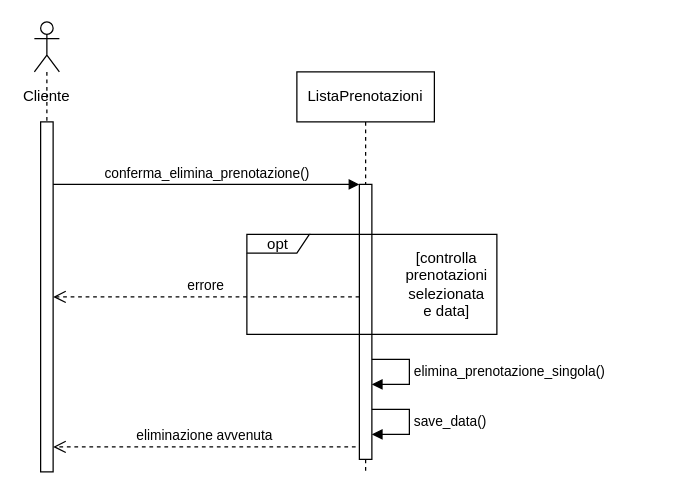
The draw.io diagram Diagrammi_delle_sequenze/modificabili/diagramma_elimina_prenotazione.drawio in fd-col/ProgettoIngegneriaDelSoftware, before the edit. Source tidied: cells renumbered, new cells numbered last; positions are measured from the earlier drawing's top-left corner, leaving out a move shared by most shapes. Both pictures are drawn from the tidied source at 125%, with x=0, y=0 at pixel (21, 21).
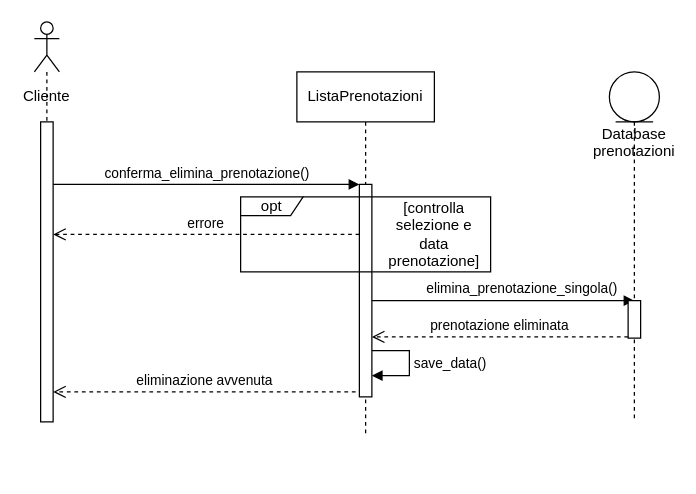
Above is the later version.

What changed in the source:
```diff
@@
     <mxCell id="3" style="html=1;perimeter=orthogonalPerimeter;" parent="1" vertex="1">
-      <mxGeometry x="15" y="80" width="10" height="280" as="geometry" />
+      <mxGeometry x="15" y="80" width="10" height="240" as="geometry" />
     </mxCell>
@@
     <mxCell id="5" value="&lt;div&gt;ListaPrenotazioni&lt;/div&gt;" style="shape=umlLifeline;perimeter=lifelinePerimeter;whiteSpace=wrap;html=1;" parent="1" vertex="1">
-      <mxGeometry x="220" y="40" width="110" height="320" as="geometry" />
+      <mxGeometry x="220" y="40" width="110" height="290" as="geometry" />
     </mxCell>
     <mxCell id="6" style="html=1;points=[];perimeter=orthogonalPerimeter;" parent="5" vertex="1">
-      <mxGeometry x="50" y="90" width="10" height="220" as="geometry" />
+      <mxGeometry x="50" y="90" width="10" height="170" as="geometry" />
     </mxCell>
@@
     <mxCell id="8" value="&lt;div&gt;elimina_prenotazione_singola()&lt;/div&gt;" style="edgeStyle=orthogonalEdgeStyle;html=1;align=left;spacingLeft=2;endArrow=block;rounded=0;" parent="1" edge="1">
-      <mxGeometry relative="1" as="geometry">
-        <mxPoint x="280" y="270" as="sourcePoint" />
-        <mxPoint x="280" y="290" as="targetPoint" />
-        <Array as="points">
-          <mxPoint x="310" y="270" />
-          <mxPoint x="310" y="290" />
-        </Array>
+      <mxGeometry x="-0.62" y="10" relative="1" as="geometry">
+        <mxPoint x="280" y="223" as="sourcePoint" />
+        <mxPoint x="490" y="223" as="targetPoint" />
       </mxGeometry>
     </mxCell>
     <mxCell id="9" value="errore" style="html=1;verticalAlign=bottom;endArrow=open;dashed=1;endSize=8;" parent="1" edge="1">
       <mxGeometry relative="1" as="geometry">
-        <mxPoint x="270" y="220" as="sourcePoint" />
-        <mxPoint x="25" y="220" as="targetPoint" />
+        <mxPoint x="270" y="170" as="sourcePoint" />
+        <mxPoint x="25" y="170" as="targetPoint" />
         <Array as="points">
-          <mxPoint x="235" y="220" />
-          <mxPoint x="185" y="220" />
+          <mxPoint x="235" y="170" />
+          <mxPoint x="185" y="170" />
         </Array>
       </mxGeometry>
     </mxCell>
     <mxCell id="10" value="opt" style="shape=umlFrame;whiteSpace=wrap;html=1;width=50;height=15;" parent="1" vertex="1">
-      <mxGeometry x="180" y="170" width="200" height="80" as="geometry" />
+      <mxGeometry x="175" y="140" width="200" height="60" as="geometry" />
     </mxCell>
-    <mxCell id="11" value="&lt;div&gt;[controlla prenotazioni selezionata e data]&lt;/div&gt;" style="text;html=1;strokeColor=none;fillColor=none;align=center;verticalAlign=middle;whiteSpace=wrap;rounded=0;" parent="1" vertex="1">
-      <mxGeometry x="320" y="200" width="40" height="20" as="geometry" />
+    <mxCell id="11" value="&lt;div&gt;[controlla selezione e data prenotazione]&lt;/div&gt;" style="text;html=1;strokeColor=none;fillColor=none;align=center;verticalAlign=middle;whiteSpace=wrap;rounded=0;" parent="1" vertex="1">
+      <mxGeometry x="310" y="160" width="40" height="20" as="geometry" />
     </mxCell>
     <mxCell id="12" value="&lt;div&gt;save_data()&lt;/div&gt;" style="edgeStyle=orthogonalEdgeStyle;html=1;align=left;spacingLeft=2;endArrow=block;rounded=0;" parent="1" edge="1">
       <mxGeometry relative="1" as="geometry">
-        <mxPoint x="280" y="310" as="sourcePoint" />
-        <mxPoint x="280" y="330" as="targetPoint" />
+        <mxPoint x="280" y="263" as="sourcePoint" />
+        <mxPoint x="280" y="283" as="targetPoint" />
         <Array as="points">
-          <mxPoint x="310" y="310" />
-          <mxPoint x="310" y="330" />
+          <mxPoint x="310" y="263" />
+          <mxPoint x="310" y="283" />
         </Array>
       </mxGeometry>
     </mxCell>
     <mxCell id="13" value="eliminazione avvenuta" style="html=1;verticalAlign=bottom;endArrow=open;dashed=1;endSize=8;" parent="1" edge="1">
       <mxGeometry relative="1" as="geometry">
-        <mxPoint x="267" y="340" as="sourcePoint" />
-        <mxPoint x="25" y="340" as="targetPoint" />
+        <mxPoint x="267" y="296" as="sourcePoint" />
+        <mxPoint x="25" y="296" as="targetPoint" />
         <Array as="points">
-          <mxPoint x="220" y="340" />
+          <mxPoint x="220" y="296" />
         </Array>
       </mxGeometry>
     </mxCell>
+    <mxCell id="14" value="Database&lt;br&gt;prenotazioni" style="shape=umlLifeline;participant=umlEntity;perimeter=lifelinePerimeter;whiteSpace=wrap;html=1;verticalAlign=top;spacingTop=36;" parent="1" vertex="1">
+      <mxGeometry x="470" y="40" width="40" height="280" as="geometry" />
+    </mxCell>
+    <mxCell id="15" style="html=1;perimeter=orthogonalPerimeter;" parent="1" vertex="1">
+      <mxGeometry x="485" y="223" width="10" height="30" as="geometry" />
+    </mxCell>
+    <mxCell id="16" value="prenotazione eliminata" style="html=1;verticalAlign=bottom;endArrow=open;dashed=1;endSize=8;entryX=1;entryY=0.768;entryDx=0;entryDy=0;entryPerimeter=0;" parent="1" edge="1">
+      <mxGeometry relative="1" as="geometry">
+        <mxPoint x="485" y="252" as="sourcePoint" />
+        <mxPoint x="280" y="252" as="targetPoint" />
+      </mxGeometry>
+    </mxCell>
```
